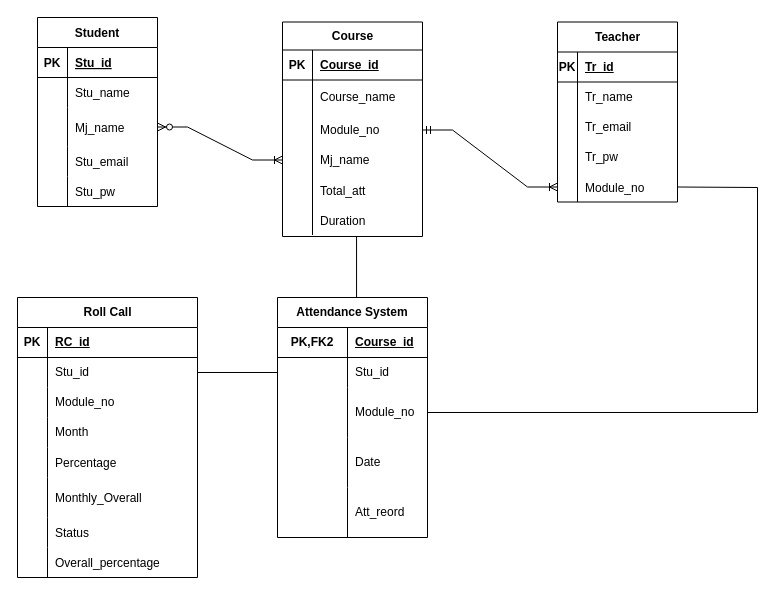
This is ER.drawio from KhunMaungNgwee/InternShipProject, a draw.io file, before an edit. Source tidied: cells renumbered, new cells numbered last; positions are measured from the earlier drawing's top-left corner, leaving out a move shared by most shapes. Both pictures are drawn from the tidied source at 100%, with x=0, y=0 at pixel (17, 17).
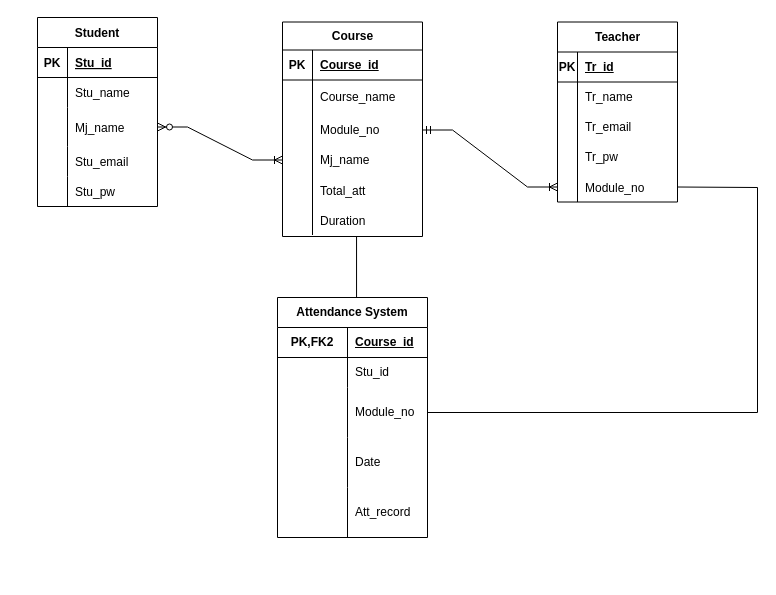
The same diagram, later.

The change refers to these unchanged cells:
```xml
<mxCell id="41" style="shape=tableRow;horizontal=0;startSize=0;swimlaneHead=0;swimlaneBody=0;fillColor=none;points=[[0,0.5],[1,0.5]];portConstraint=eastwest;top=0;left=0;right=0;bottom=0;html=1;" parent="37" vertex="1">
  <mxGeometry y="60" width="150" height="30" as="geometry" />
</mxCell>
<mxCell id="50" style="shape=tableRow;horizontal=0;startSize=0;swimlaneHead=0;swimlaneBody=0;fillColor=none;top=0;left=0;right=0;bottom=0;html=1;" parent="37" vertex="1">
  <mxGeometry y="190" width="150" height="50" as="geometry" />
</mxCell>
```

What changed in the source:
```diff
@@
-    <mxCell id="52" value="Att_reord" style="shape=partialRectangle;fillColor=none;top=0;left=0;bottom=0;right=0;align=left;spacingLeft=6;overflow=hidden;html=1;whiteSpace=wrap;" parent="50" vertex="1">
+    <mxCell id="52" value="Att_record" style="shape=partialRectangle;fillColor=none;top=0;left=0;bottom=0;right=0;align=left;spacingLeft=6;overflow=hidden;html=1;whiteSpace=wrap;" parent="50" vertex="1">
       <mxGeometry x="70" width="80" height="50" as="geometry" />
     </mxCell>
@@
-    <mxCell id="69" value="Roll Call" style="shape=table;startSize=30;childLayout=tableLayout;rowLines=0;fontStyle=1;align=center;html=1;" parent="1" vertex="1">
-      <mxGeometry y="280" width="180" height="280" as="geometry" />
-    </mxCell>
-    <mxCell id="70" style="shape=tableRow;horizontal=0;startSize=0;swimlaneHead=0;swimlaneBody=0;fillColor=none;top=0;left=0;right=0;bottom=1;" parent="69" vertex="1">
-      <mxGeometry y="30" width="180" height="30" as="geometry" />
-    </mxCell>
-    <mxCell id="71" value="PK" style="shape=partialRectangle;fillColor=none;top=0;left=0;bottom=0;right=0;fontStyle=1;overflow=hidden;whiteSpace=wrap;html=1;" parent="70" vertex="1">
-      <mxGeometry width="30" height="30" as="geometry" />
-    </mxCell>
-    <mxCell id="72" value="RC_id" style="shape=partialRectangle;fillColor=none;top=0;left=0;bottom=0;right=0;align=left;spacingLeft=6;fontStyle=5;overflow=hidden;whiteSpace=wrap;html=1;" parent="70" vertex="1">
-      <mxGeometry x="30" width="150" height="30" as="geometry" />
-    </mxCell>
-    <mxCell id="73" style="shape=tableRow;horizontal=0;startSize=0;swimlaneHead=0;swimlaneBody=0;fillColor=none;points=[[0,0.5],[1,0.5]];portConstraint=eastwest;top=0;left=0;right=0;bottom=0;" parent="69" vertex="1">
-      <mxGeometry y="60" width="180" height="30" as="geometry" />
-    </mxCell>
-    <mxCell id="74" style="shape=partialRectangle;fillColor=none;top=0;left=0;bottom=0;right=0;overflow=hidden;whiteSpace=wrap;html=1;" parent="73" vertex="1">
-      <mxGeometry width="30" height="30" as="geometry" />
-    </mxCell>
-    <mxCell id="75" value="Stu_id" style="shape=partialRectangle;fillColor=none;top=0;left=0;bottom=0;right=0;align=left;spacingLeft=6;overflow=hidden;whiteSpace=wrap;html=1;" parent="73" vertex="1">
-      <mxGeometry x="30" width="150" height="30" as="geometry" />
-    </mxCell>
-    <mxCell id="76" style="shape=tableRow;horizontal=0;startSize=0;swimlaneHead=0;swimlaneBody=0;fillColor=none;top=0;left=0;right=0;bottom=0;" parent="69" vertex="1">
-      <mxGeometry y="90" width="180" height="30" as="geometry" />
-    </mxCell>
-    <mxCell id="77" style="shape=partialRectangle;fillColor=none;top=0;left=0;bottom=0;right=0;overflow=hidden;whiteSpace=wrap;html=1;" parent="76" vertex="1">
-      <mxGeometry width="30" height="30" as="geometry" />
-    </mxCell>
-    <mxCell id="78" value="Module_no" style="shape=partialRectangle;fillColor=none;top=0;left=0;bottom=0;right=0;align=left;spacingLeft=6;overflow=hidden;whiteSpace=wrap;html=1;" parent="76" vertex="1">
-      <mxGeometry x="30" width="150" height="30" as="geometry" />
-    </mxCell>
-    <mxCell id="79" style="shape=tableRow;horizontal=0;startSize=0;swimlaneHead=0;swimlaneBody=0;fillColor=none;top=0;left=0;right=0;bottom=0;" parent="69" vertex="1">
-      <mxGeometry y="120" width="180" height="30" as="geometry" />
-    </mxCell>
-    <mxCell id="80" style="shape=partialRectangle;fillColor=none;top=0;left=0;bottom=0;right=0;overflow=hidden;whiteSpace=wrap;html=1;" parent="79" vertex="1">
-      <mxGeometry width="30" height="30" as="geometry" />
-    </mxCell>
-    <mxCell id="81" value="Month" style="shape=partialRectangle;fillColor=none;top=0;left=0;bottom=0;right=0;align=left;spacingLeft=6;overflow=hidden;whiteSpace=wrap;html=1;" parent="79" vertex="1">
-      <mxGeometry x="30" width="150" height="30" as="geometry" />
-    </mxCell>
-    <mxCell id="82" style="shape=tableRow;horizontal=0;startSize=0;swimlaneHead=0;swimlaneBody=0;fillColor=none;top=0;left=0;right=0;bottom=0;" parent="69" vertex="1">
-      <mxGeometry y="150" width="180" height="30" as="geometry" />
-    </mxCell>
-    <mxCell id="83" style="shape=partialRectangle;fillColor=none;top=0;left=0;bottom=0;right=0;overflow=hidden;" parent="82" vertex="1">
-      <mxGeometry width="30" height="30" as="geometry" />
-    </mxCell>
-    <mxCell id="84" value="Percentage" style="shape=partialRectangle;fillColor=none;top=0;left=0;bottom=0;right=0;align=left;spacingLeft=6;overflow=hidden;" parent="82" vertex="1">
-      <mxGeometry x="30" width="150" height="30" as="geometry" />
-    </mxCell>
-    <mxCell id="85" style="shape=tableRow;horizontal=0;startSize=0;swimlaneHead=0;swimlaneBody=0;fillColor=none;top=0;left=0;right=0;bottom=0;" parent="69" vertex="1">
-      <mxGeometry y="180" width="180" height="40" as="geometry" />
-    </mxCell>
-    <mxCell id="86" style="shape=partialRectangle;fillColor=none;top=0;left=0;bottom=0;right=0;overflow=hidden;" parent="85" vertex="1">
-      <mxGeometry width="30" height="40" as="geometry" />
-    </mxCell>
-    <mxCell id="87" value="Monthly_Overall" style="shape=partialRectangle;fillColor=none;top=0;left=0;bottom=0;right=0;align=left;spacingLeft=6;overflow=hidden;" parent="85" vertex="1">
-      <mxGeometry x="30" width="150" height="40" as="geometry" />
-    </mxCell>
-    <mxCell id="88" style="shape=tableRow;horizontal=0;startSize=0;swimlaneHead=0;swimlaneBody=0;fillColor=none;top=0;left=0;right=0;bottom=0;" parent="69" vertex="1">
-      <mxGeometry y="220" width="180" height="30" as="geometry" />
-    </mxCell>
-    <mxCell id="89" style="shape=partialRectangle;fillColor=none;top=0;left=0;bottom=0;right=0;overflow=hidden;" parent="88" vertex="1">
-      <mxGeometry width="30" height="30" as="geometry" />
-    </mxCell>
-    <mxCell id="90" value="Status" style="shape=partialRectangle;fillColor=none;top=0;left=0;bottom=0;right=0;align=left;spacingLeft=6;overflow=hidden;" parent="88" vertex="1">
-      <mxGeometry x="30" width="150" height="30" as="geometry" />
-    </mxCell>
-    <mxCell id="91" style="shape=tableRow;horizontal=0;startSize=0;swimlaneHead=0;swimlaneBody=0;fillColor=none;top=0;left=0;right=0;bottom=0;" parent="69" vertex="1">
-      <mxGeometry y="250" width="180" height="30" as="geometry" />
-    </mxCell>
-    <mxCell id="92" style="shape=partialRectangle;fillColor=none;top=0;left=0;bottom=0;right=0;overflow=hidden;" parent="91" vertex="1">
-      <mxGeometry width="30" height="30" as="geometry" />
-    </mxCell>
-    <mxCell id="93" value="Overall_percentage" style="shape=partialRectangle;fillColor=none;top=0;left=0;bottom=0;right=0;align=left;spacingLeft=6;overflow=hidden;" parent="91" vertex="1">
-      <mxGeometry x="30" width="150" height="30" as="geometry" />
-    </mxCell>
@@
-    <mxCell id="97" style="endArrow=none;html=1;rounded=0;exitX=1;exitY=0.5;exitDx=0;exitDy=0;" parent="1" edge="1" source="73" target="41">
-      <mxGeometry relative="1" as="geometry" />
-    </mxCell>
```
